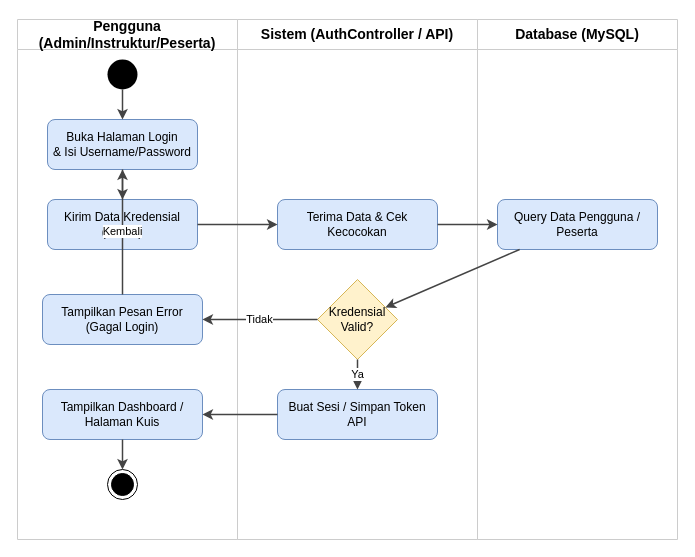
Earlier version of the draw.io diagram page "Login" (1 of 7) of docs/activity.drawio (fikriks/quiz-shift-web). Source tidied: cells renumbered, new cells numbered last; positions are measured from the earlier drawing's top-left corner, leaving out a move shared by most shapes. Both pictures are drawn from the tidied source at 100%, with x=0, y=0 at pixel (17, 19).
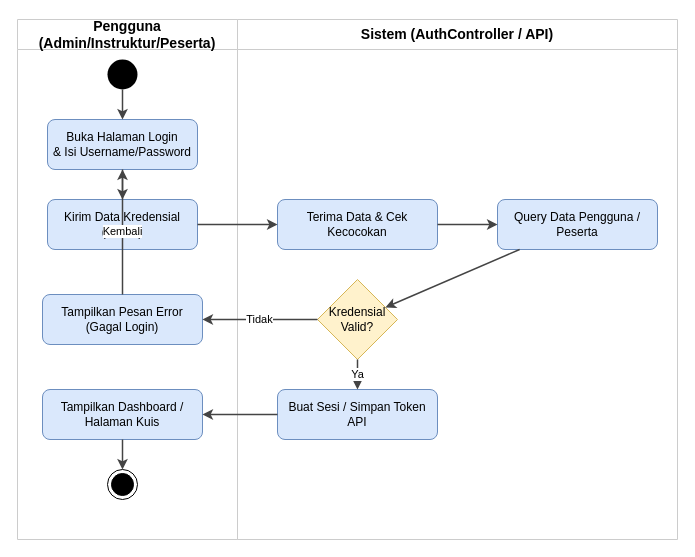
Above is the later version.

The edit, as a diff of the source:
```diff
@@
     <mxCell id="3" value="Sistem (AuthController / API)" style="swimlane;whiteSpace=wrap;html=1;fillColor=none;strokeColor=#cccccc;startSize=30;fontSize=14;fontStyle=1;" parent="1" vertex="1">
-      <mxGeometry x="220" width="240" height="520" as="geometry" />
+      <mxGeometry x="220" width="440" height="520" as="geometry" />
     </mxCell>
-    <mxCell id="4" value="Database (MySQL)" style="swimlane;whiteSpace=wrap;html=1;fillColor=none;strokeColor=#cccccc;startSize=30;fontSize=14;fontStyle=1;" parent="1" vertex="1">
-      <mxGeometry x="460" width="200" height="520" as="geometry" />
-    </mxCell>
```
